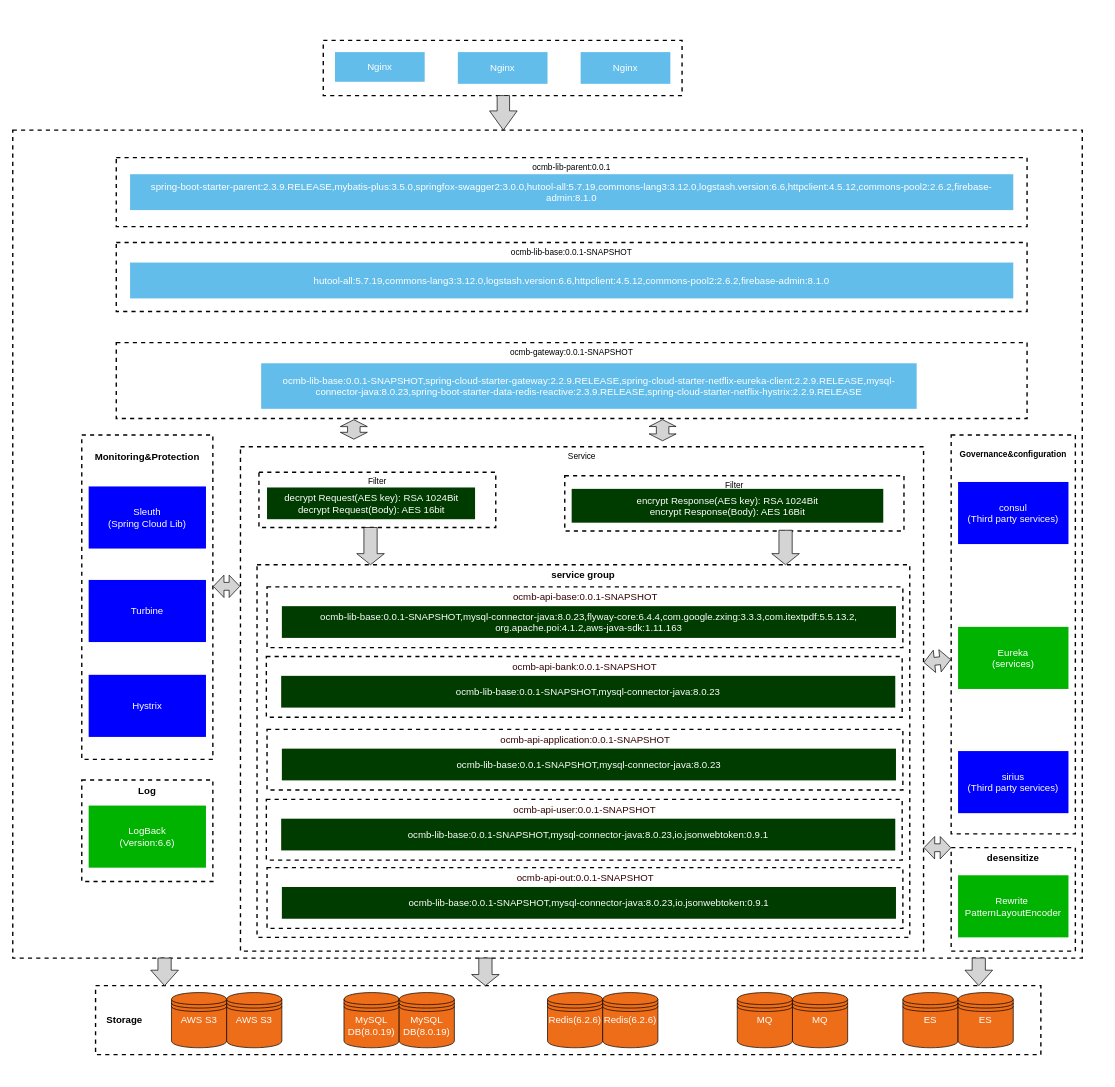
jiangwu85/cloud-config-samples keeps this draw.io diagram as user/ocmb-service-lib.drawio. Above is the earlier version. Source tidied: cells renumbered, new cells numbered last; positions are measured from the earlier drawing's top-left corner, leaving out a move shared by most shapes. Both pictures are drawn from the tidied source at 69%, with x=0, y=0 at pixel (12, 40).
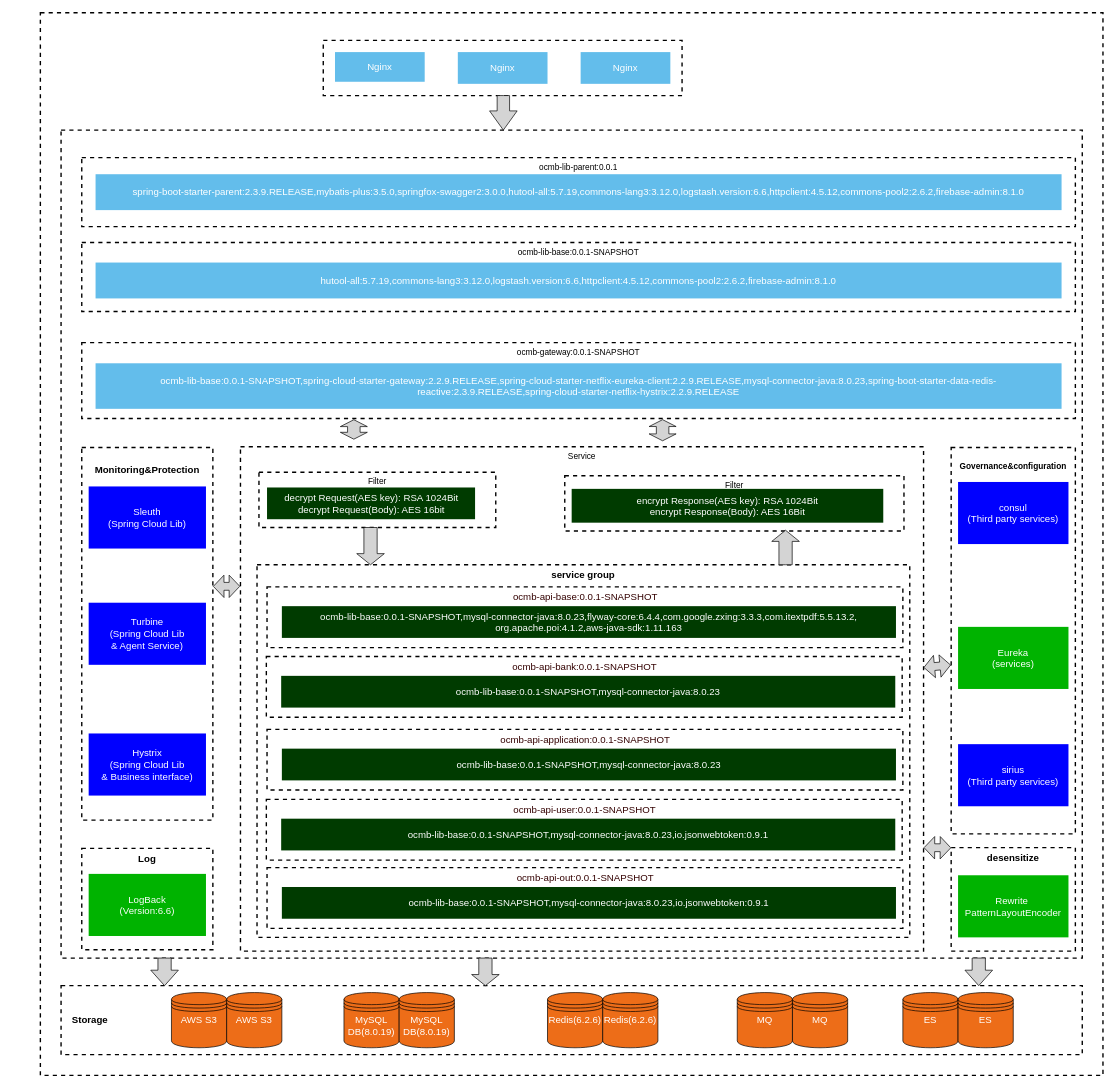
The same diagram, later.

Diff of the diagram source:
```diff
@@
+    <mxCell id="68" style="rounded=0;whiteSpace=wrap;html=1;dashed=1;strokeWidth=2;fillColor=none;" parent="1" vertex="1">
+      <mxGeometry x="40" y="-40" width="1540" height="1540" as="geometry" />
+    </mxCell>
     <mxCell id="2" style="rounded=0;whiteSpace=wrap;html=1;dashed=1;strokeWidth=2;fillColor=none;" parent="1" vertex="1">
-      <mxGeometry y="130" width="1550" height="1200" as="geometry" />
+      <mxGeometry x="70" y="130" width="1480" height="1200" as="geometry" />
     </mxCell>
@@
     <mxCell id="6" value="&lt;span style=&quot;font-weight: 400;&quot;&gt;ocmb-gateway:0.0.1-SNAPSHOT&lt;/span&gt;" style="rounded=0;whiteSpace=wrap;html=1;dashed=1;strokeWidth=2;fillColor=none;verticalAlign=top;fontStyle=1;" parent="1" vertex="1">
-      <mxGeometry x="150" y="438" width="1320" height="110" as="geometry" />
+      <mxGeometry x="100" y="438" width="1440" height="110" as="geometry" />
     </mxCell>
     <mxCell id="7" value="&lt;span style=&quot;font-weight: 400;&quot;&gt;ocmb-lib-parent:0.0.1&lt;/span&gt;" style="rounded=0;whiteSpace=wrap;html=1;dashed=1;strokeWidth=2;fillColor=none;verticalAlign=top;fontStyle=1;" parent="1" vertex="1">
-      <mxGeometry x="150" y="170" width="1320" height="100" as="geometry" />
+      <mxGeometry x="100" y="170" width="1440" height="100" as="geometry" />
     </mxCell>
     <mxCell id="8" value="&lt;span style=&quot;font-weight: 400;&quot;&gt;ocmb-lib-base:0.0.1-SNAPSHOT&lt;/span&gt;" style="rounded=0;whiteSpace=wrap;html=1;dashed=1;strokeWidth=2;fillColor=none;verticalAlign=top;fontStyle=1;" parent="1" vertex="1">
-      <mxGeometry x="150" y="293" width="1320" height="100" as="geometry" />
+      <mxGeometry x="100" y="293" width="1440" height="100" as="geometry" />
     </mxCell>
     <mxCell id="9" value="&lt;br style=&quot;font-size: 14px;&quot;&gt;&lt;div&gt;Monitoring&amp;amp;&lt;span style=&quot;background-color: initial;&quot;&gt;Protection&lt;/span&gt;&lt;/div&gt;" style="rounded=0;whiteSpace=wrap;html=1;dashed=1;strokeWidth=2;fillColor=none;verticalAlign=top;fontSize=14;fontStyle=1;" parent="1" vertex="1">
-      <mxGeometry x="100" y="572" width="190" height="470" as="geometry" />
+      <mxGeometry x="100" y="590" width="190" height="540" as="geometry" />
     </mxCell>
@@
     <mxCell id="11" value="&lt;br&gt;&lt;div&gt;Governance&amp;amp;configuration&lt;/div&gt;" style="rounded=0;whiteSpace=wrap;html=1;dashed=1;strokeWidth=2;fillColor=none;verticalAlign=top;fontStyle=1;" parent="1" vertex="1">
-      <mxGeometry x="1360" y="572" width="180" height="578" as="geometry" />
+      <mxGeometry x="1360" y="590" width="180" height="560" as="geometry" />
     </mxCell>
     <mxCell id="12" value="　Storage" style="rounded=0;whiteSpace=wrap;html=1;dashed=1;strokeWidth=2;fillColor=none;align=left;fontSize=14;fontStyle=1;" parent="1" vertex="1">
-      <mxGeometry x="120" y="1370" width="1370" height="100" as="geometry" />
+      <mxGeometry x="70" y="1370" width="1480" height="100" as="geometry" />
     </mxCell>
@@
-    <mxCell id="15" value="Turbine" style="rounded=0;whiteSpace=wrap;html=1;dashed=1;strokeWidth=2;fillColor=#0000FF;fontSize=14;strokeColor=none;fontColor=#FFFFFF;" parent="1" vertex="1">
-      <mxGeometry x="110" y="782" width="170" height="90" as="geometry" />
+    <mxCell id="15" value="Turbine&lt;br&gt;(Spring Cloud Lib&lt;br&gt;&amp;amp; Agent Service)" style="rounded=0;whiteSpace=wrap;html=1;dashed=1;strokeWidth=2;fillColor=#0000FF;fontSize=14;strokeColor=none;fontColor=#FFFFFF;" parent="1" vertex="1">
+      <mxGeometry x="110" y="815" width="170" height="90" as="geometry" />
     </mxCell>
-    <mxCell id="16" value="Hystrix" style="rounded=0;whiteSpace=wrap;html=1;dashed=1;strokeWidth=2;fillColor=#0000FF;fontSize=14;strokeColor=none;fontColor=#FFFFFF;" parent="1" vertex="1">
-      <mxGeometry x="110" y="919.5" width="170" height="90" as="geometry" />
+    <mxCell id="16" value="Hystrix&lt;br&gt;(Spring Cloud Lib&lt;br&gt;&amp;amp;&amp;nbsp;&lt;span style=&quot;background-color: initial;&quot;&gt;Business interface&lt;/span&gt;)" style="rounded=0;whiteSpace=wrap;html=1;dashed=1;strokeWidth=2;fillColor=#0000FF;fontSize=14;strokeColor=none;fontColor=#FFFFFF;" parent="1" vertex="1">
+      <mxGeometry x="110" y="1004.5" width="170" height="90" as="geometry" />
     </mxCell>
     <mxCell id="17" value="&lt;div&gt;ocmb-lib-base:0.0.1-SNAPSHOT,&lt;span style=&quot;background-color: initial;&quot;&gt;spring-cloud-starter-gateway:2.2.9.RELEASE,&lt;/span&gt;&lt;span style=&quot;background-color: initial;&quot;&gt;spring-cloud-starter-netflix-eureka-client:2.2.9.RELEASE,&lt;/span&gt;&lt;span style=&quot;background-color: initial;&quot;&gt;mysql-connector-java:8.0.23,&lt;/span&gt;&lt;span style=&quot;background-color: initial;&quot;&gt;spring-boot-starter-data-redis-reactive:2.3.9.RELEASE,&lt;/span&gt;&lt;span style=&quot;background-color: initial;&quot;&gt;spring-cloud-starter-netflix-hystrix:2.2.9.RELEASE&lt;/span&gt;&lt;/div&gt;" style="rounded=0;whiteSpace=wrap;html=1;dashed=1;strokeWidth=2;fillColor=#63BDEB;fontSize=14;fontColor=#FFFFFF;strokeColor=none;" parent="1" vertex="1">
-      <mxGeometry x="360" y="468" width="950" height="66" as="geometry" />
+      <mxGeometry x="120" y="468" width="1400" height="66" as="geometry" />
     </mxCell>
@@
     <mxCell id="23" value="&lt;div&gt;sirius&lt;/div&gt;&lt;div&gt;(Third party services)&lt;/div&gt;" style="rounded=0;whiteSpace=wrap;html=1;dashed=1;strokeWidth=2;fillColor=#0000FF;fontSize=14;strokeColor=none;fontColor=#FFFFFF;" parent="1" vertex="1">
-      <mxGeometry x="1370" y="1030" width="160" height="90" as="geometry" />
+      <mxGeometry x="1370" y="1020" width="160" height="90" as="geometry" />
     </mxCell>
@@
     <mxCell id="35" value="Log" style="rounded=0;whiteSpace=wrap;html=1;dashed=1;strokeWidth=2;fillColor=none;verticalAlign=top;fontSize=14;fontStyle=1;" parent="1" vertex="1">
-      <mxGeometry x="100" y="1072" width="190" height="147" as="geometry" />
+      <mxGeometry x="100" y="1171" width="190" height="147" as="geometry" />
     </mxCell>
     <mxCell id="36" value="LogBack&lt;br&gt;(Version:6.6)" style="rounded=0;whiteSpace=wrap;html=1;dashed=1;strokeWidth=2;fillColor=#00B300;fontSize=14;strokeColor=none;fontColor=#FFFFFF;" parent="1" vertex="1">
-      <mxGeometry x="110" y="1109" width="170" height="90" as="geometry" />
+      <mxGeometry x="110" y="1208" width="170" height="90" as="geometry" />
     </mxCell>
@@
     <mxCell id="40" value="spring-boot-starter-parent:2.3.9.RELEASE,mybatis-plus:3.5.0,springfox-swagger2:3.0.0,&lt;span style=&quot;background-color: initial;&quot;&gt;hutool-all:5.7.19,&lt;/span&gt;&lt;span style=&quot;background-color: initial;&quot;&gt;commons-lang3:3.12.0,&lt;/span&gt;&lt;span style=&quot;background-color: initial;&quot;&gt;logstash.version:6.6,&lt;/span&gt;&lt;span style=&quot;background-color: initial;&quot;&gt;httpclient:4.5.12,&lt;/span&gt;&lt;span style=&quot;background-color: initial;&quot;&gt;commons-pool2:2.6.2,&lt;/span&gt;&lt;span style=&quot;background-color: initial;&quot;&gt;firebase-admin:8.1.0&lt;/span&gt;&lt;span style=&quot;background-color: initial;&quot;&gt;&lt;br&gt;&lt;/span&gt;" style="rounded=0;whiteSpace=wrap;html=1;dashed=1;strokeWidth=2;fillColor=#63BDEB;fontSize=14;fontColor=#FFFFFF;strokeColor=none;" parent="1" vertex="1">
-      <mxGeometry x="170" y="194" width="1280" height="52" as="geometry" />
+      <mxGeometry x="120" y="194" width="1400" height="52" as="geometry" />
     </mxCell>
     <mxCell id="41" value="&lt;span style=&quot;background-color: initial;&quot;&gt;hutool-all:5.7.19,&lt;/span&gt;&lt;span style=&quot;background-color: initial;&quot;&gt;commons-lang3:3.12.0,&lt;/span&gt;&lt;span style=&quot;background-color: initial;&quot;&gt;logstash.version:6.6,&lt;/span&gt;&lt;span style=&quot;background-color: initial;&quot;&gt;httpclient:4.5.12,&lt;/span&gt;&lt;span style=&quot;background-color: initial;&quot;&gt;commons-pool2:2.6.2,&lt;/span&gt;&lt;span style=&quot;background-color: initial;&quot;&gt;firebase-admin:8.1.0&lt;/span&gt;&lt;span style=&quot;background-color: initial;&quot;&gt;&lt;br&gt;&lt;/span&gt;" style="rounded=0;whiteSpace=wrap;html=1;dashed=1;strokeWidth=2;fillColor=#63BDEB;fontSize=14;fontColor=#FFFFFF;strokeColor=none;" parent="1" vertex="1">
-      <mxGeometry x="170" y="322" width="1280" height="52" as="geometry" />
+      <mxGeometry x="120" y="322" width="1400" height="52" as="geometry" />
     </mxCell>
@@
-    <mxCell id="47" style="html=1;shadow=0;dashed=0;align=center;verticalAlign=middle;shape=mxgraph.arrows2.arrow;dy=0.52;dx=16.13;direction=south;notch=0;strokeWidth=1;fillColor=#D4D4D4;fontSize=14;fontColor=#FFFFFF;" parent="1" vertex="1">
+    <mxCell id="47" style="html=1;shadow=0;dashed=0;align=center;verticalAlign=middle;shape=mxgraph.arrows2.arrow;dy=0.52;dx=16.13;direction=south;notch=0;strokeWidth=1;fillColor=#D4D4D4;fontSize=14;fontColor=#FFFFFF;rotation=-180;" parent="1" vertex="1">
       <mxGeometry x="1100" y="710" width="40" height="50" as="geometry" />
     </mxCell>
```
